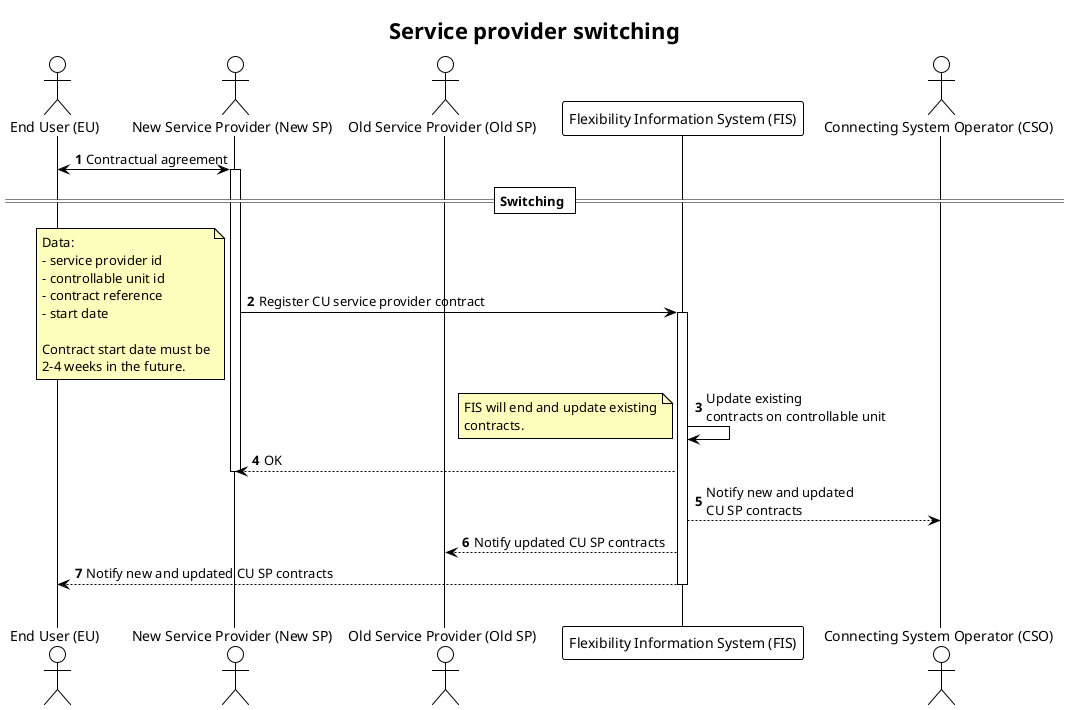
This is docs/diagrams/service_provider_switching.png from elhub/flex-information-system, a PlantUML export, as it was before one commit.
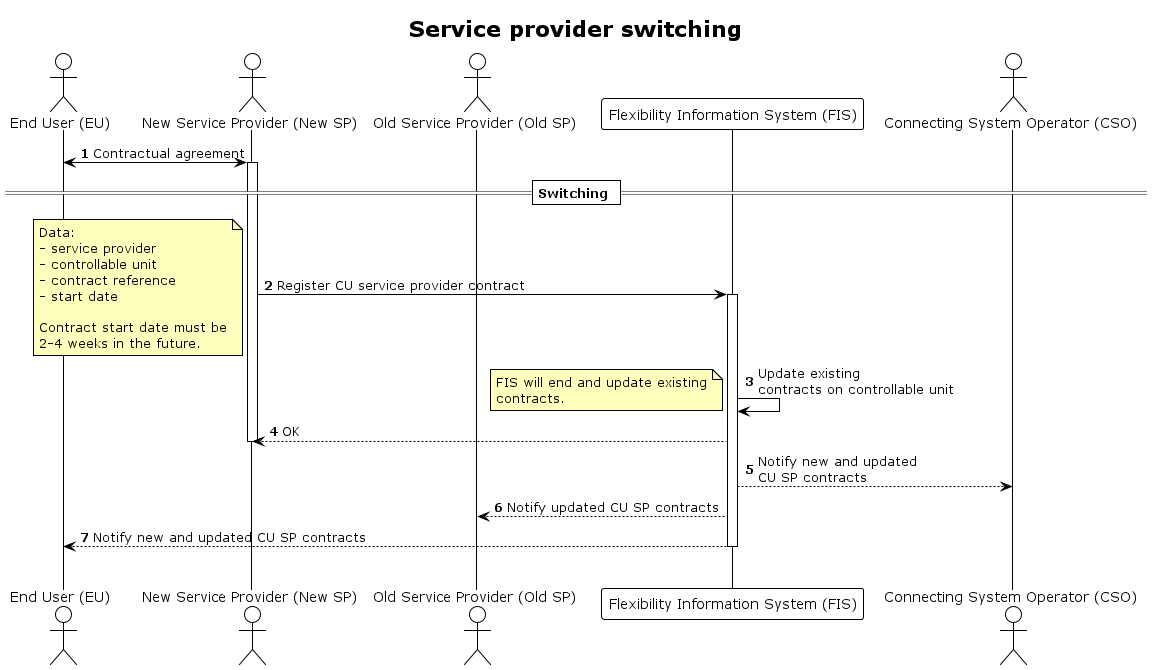
The same diagram one commit later.

Change to the diagram source:
```diff
@@ -23,8 +23,8 @@
 SP_NEW -> FIS: Register CU service provider contract
 note left
     Data:
-    - service provider id
-    - controllable unit id
+    - service provider
+    - controllable unit
     - contract reference
     - start date
 
```
